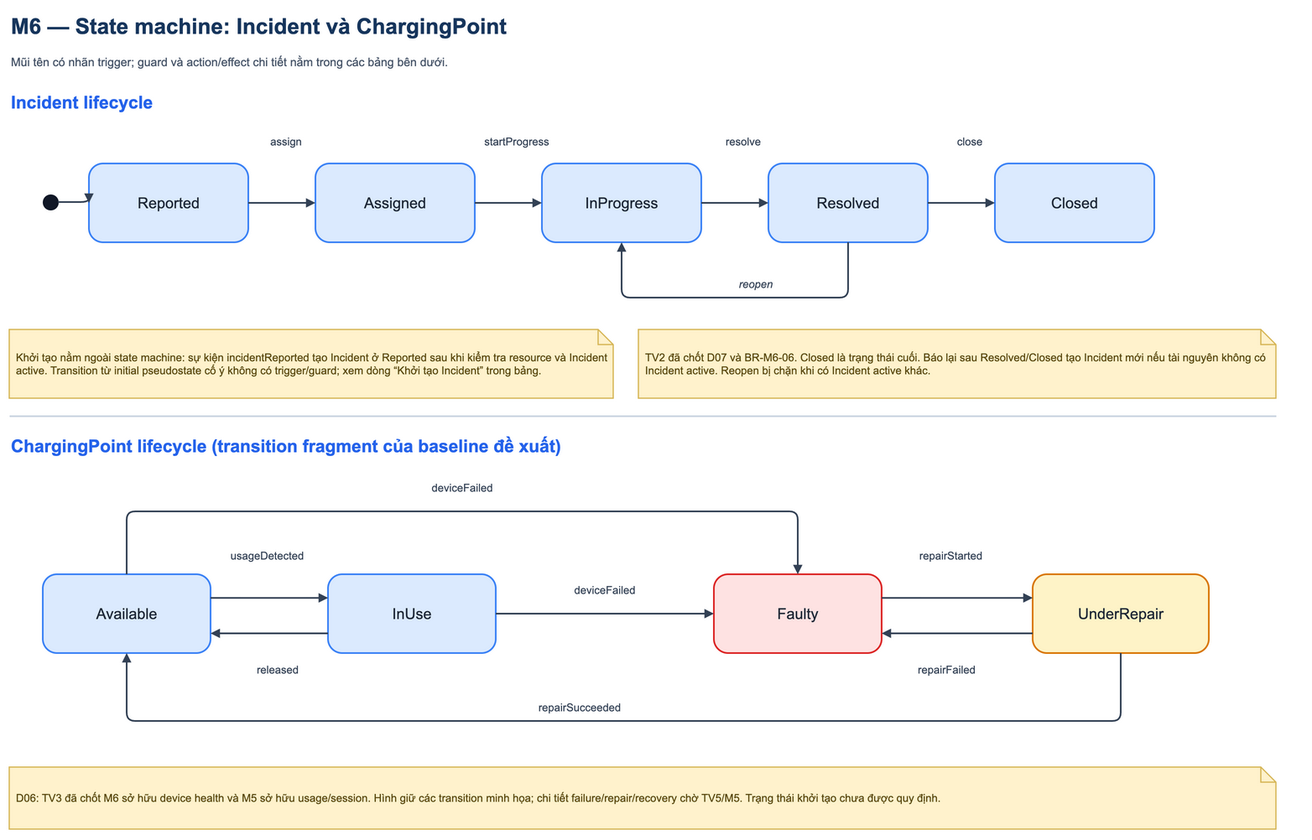
Above: docs/figures/m6_state_machines.drawio.png in Jennie3306/smart-emobility-hub (draw.io), before the change. Source tidied: cells renumbered, new cells last; positions are measured from the earlier drawing's top-left corner, leaving out a move shared by most shapes.
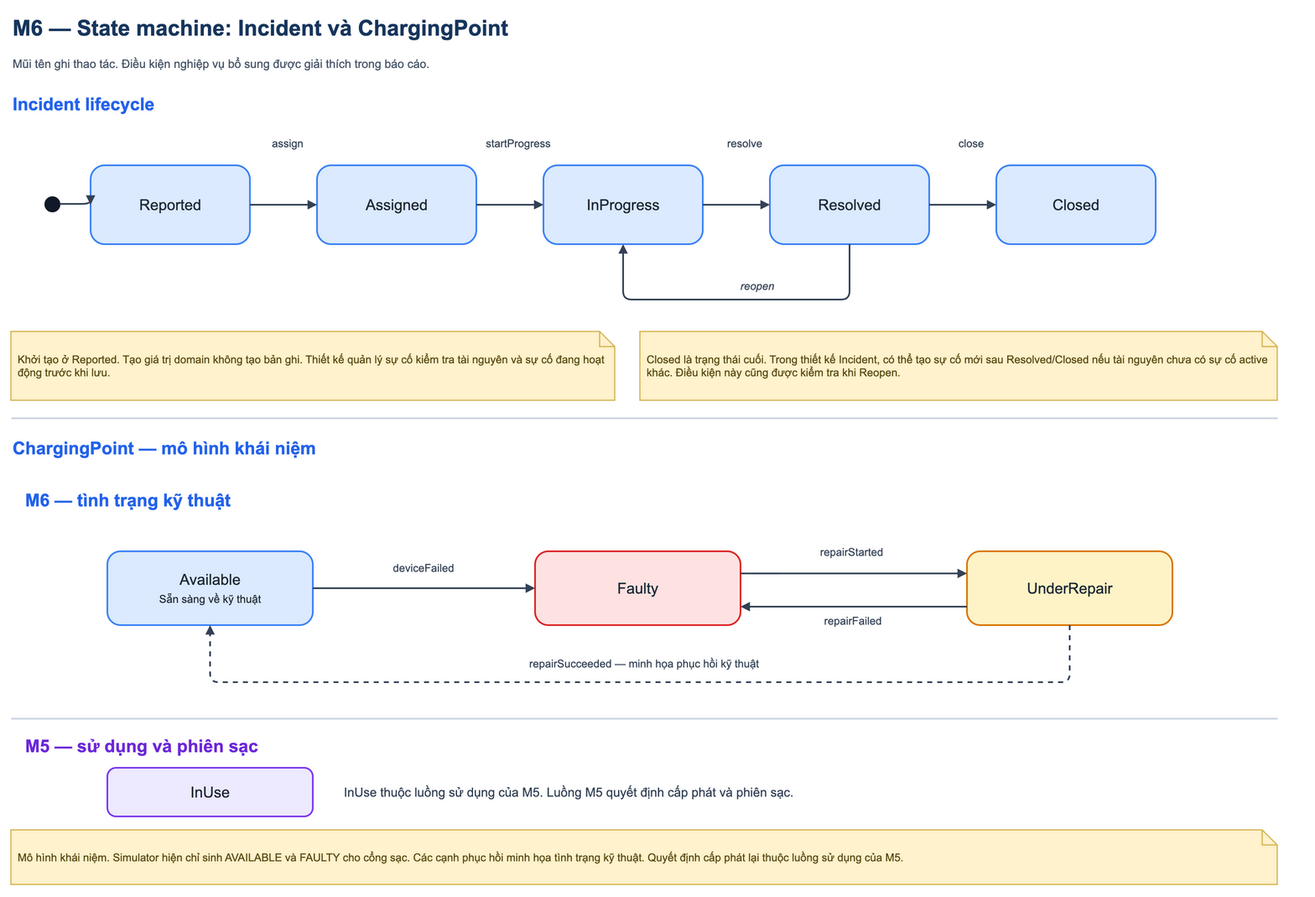
The same file after the commit.

Diff of the diagram source:
```diff
@@ -5,7 +5,7 @@
     <mxCell id="2" value="M6 — State machine: Incident và ChargingPoint" style="text;html=1;whiteSpace=wrap;strokeColor=none;fillColor=none;fontFamily=Arial;align=left;verticalAlign=middle;fontSize=26;fontStyle=1;fontColor=#17365d;" parent="1" vertex="1">
       <mxGeometry width="1540" height="42" as="geometry" />
     </mxCell>
-    <mxCell id="3" value="Mũi tên có nhãn trigger; guard và action/effect chi tiết nằm trong các bảng bên dưới." style="text;html=1;whiteSpace=wrap;strokeColor=none;fillColor=none;fontFamily=Arial;align=left;verticalAlign=middle;fontSize=14;fontColor=#475569;" parent="1" vertex="1">
+    <mxCell id="3" value="Mũi tên ghi thao tác. Điều kiện nghiệp vụ bổ sung được giải thích trong báo cáo." style="text;html=1;whiteSpace=wrap;strokeColor=none;fillColor=none;fontFamily=Arial;align=left;verticalAlign=middle;fontSize=14;fontColor=#475569;" parent="1" vertex="1">
       <mxGeometry y="49" width="1540" height="30" as="geometry" />
     </mxCell>
     <mxCell id="4" value="Incident lifecycle" style="text;html=1;whiteSpace=wrap;strokeColor=none;fillColor=none;fontFamily=Arial;align=left;verticalAlign=middle;fontSize=21;fontStyle=1;fontColor=#2563eb;" parent="1" vertex="1">
@@ -67,84 +67,73 @@
     <mxCell id="21" value="reopen" style="text;html=1;whiteSpace=wrap;strokeColor=none;fillColor=none;fontFamily=Arial;align=center;verticalAlign=middle;fontSize=13;fontColor=#334155;fontStyle=2;" parent="1" vertex="1">
       <mxGeometry x="840" y="315" width="100" height="28" as="geometry" />
     </mxCell>
-    <mxCell id="22" value="Khởi tạo nằm ngoài state machine: sự kiện incidentReported tạo Incident ở Reported sau khi kiểm tra resource và Incident active. Transition từ initial pseudostate cố ý không có trigger/guard; xem dòng “Khởi tạo Incident” trong bảng." style="shape=note;size=18;whiteSpace=wrap;html=1;verticalAlign=middle;align=left;fontFamily=Arial;fontSize=13;spacing=8;fillColor=#fff2cc;strokeColor=#d6b656;strokeWidth=1.5;fontColor=#5b4b12;" parent="1" vertex="1">
+    <mxCell id="22" value="Khởi tạo ở Reported. Tạo giá trị domain không tạo bản ghi. Thiết kế quản lý sự cố kiểm tra tài nguyên và sự cố đang hoạt động trước khi lưu." style="shape=note;size=18;whiteSpace=wrap;html=1;verticalAlign=middle;align=left;fontFamily=Arial;fontSize=13;spacing=8;fillColor=#fff2cc;strokeColor=#d6b656;strokeWidth=1.5;fontColor=#5b4b12;" parent="1" vertex="1">
       <mxGeometry y="383" width="720" height="82" as="geometry" />
     </mxCell>
-    <mxCell id="23" value="TV2 đã chốt D07 và BR-M6-06. Closed là trạng thái cuối. Báo lại sau Resolved/Closed tạo Incident mới nếu tài nguyên không có Incident active. Reopen bị chặn khi có Incident active khác." style="shape=note;size=18;whiteSpace=wrap;html=1;verticalAlign=middle;align=left;fontFamily=Arial;fontSize=13;spacing=8;fillColor=#fff2cc;strokeColor=#d6b656;strokeWidth=1.5;fontColor=#5b4b12;" parent="1" vertex="1">
+    <mxCell id="23" value="Closed là trạng thái cuối. Trong thiết kế Incident, có thể tạo sự cố mới sau Resolved/Closed nếu tài nguyên chưa có sự cố active khác. Điều kiện này cũng được kiểm tra khi Reopen." style="shape=note;size=18;whiteSpace=wrap;html=1;verticalAlign=middle;align=left;fontFamily=Arial;fontSize=13;spacing=8;fillColor=#fff2cc;strokeColor=#d6b656;strokeWidth=1.5;fontColor=#5b4b12;" parent="1" vertex="1">
       <mxGeometry x="750" y="383" width="760" height="82" as="geometry" />
     </mxCell>
     <mxCell id="24" style="shape=rectangle;fillColor=#cbd5e1;strokeColor=none;" parent="1" vertex="1">
       <mxGeometry y="485" width="1510" height="2" as="geometry" />
     </mxCell>
-    <mxCell id="25" value="ChargingPoint lifecycle (transition fragment của baseline đề xuất)" style="text;html=1;whiteSpace=wrap;strokeColor=none;fillColor=none;fontFamily=Arial;align=left;verticalAlign=middle;fontSize=21;fontStyle=1;fontColor=#2563eb;" parent="1" vertex="1">
+    <mxCell id="25" value="ChargingPoint — mô hình khái niệm" style="text;html=1;whiteSpace=wrap;strokeColor=none;fillColor=none;fontFamily=Arial;align=left;verticalAlign=middle;fontSize=21;fontStyle=1;fontColor=#2563eb;" parent="1" vertex="1">
       <mxGeometry y="505" width="1540" height="34" as="geometry" />
     </mxCell>
-    <mxCell id="26" value="Available" style="rounded=1;arcSize=18;whiteSpace=wrap;html=1;align=center;verticalAlign=middle;fontFamily=Arial;fontSize=18;fontColor=#1f2937;fillColor=#dbeafe;strokeColor=#3b82f6;strokeWidth=2;" parent="1" vertex="1">
-      <mxGeometry x="40" y="675" width="200" height="94" as="geometry" />
+    <mxCell id="26" value="Available&lt;br&gt;&lt;span style=&quot;font-size:13px&quot;&gt;Sẵn sàng về kỹ thuật&lt;/span&gt;" style="rounded=1;arcSize=18;whiteSpace=wrap;html=1;align=center;verticalAlign=middle;fontFamily=Arial;fontSize=18;fontColor=#1f2937;fillColor=#dbeafe;strokeColor=#3b82f6;strokeWidth=2;" parent="1" vertex="1">
+      <mxGeometry x="115" y="645" width="245" height="88" as="geometry" />
     </mxCell>
-    <mxCell id="27" value="InUse" style="rounded=1;arcSize=18;whiteSpace=wrap;html=1;align=center;verticalAlign=middle;fontFamily=Arial;fontSize=18;fontColor=#1f2937;fillColor=#dbeafe;strokeColor=#3b82f6;strokeWidth=2;" parent="1" vertex="1">
-      <mxGeometry x="380" y="675" width="200" height="94" as="geometry" />
+    <mxCell id="27" value="InUse" style="rounded=1;arcSize=18;whiteSpace=wrap;html=1;align=center;verticalAlign=middle;fontFamily=Arial;fontSize=18;fontColor=#1f2937;fillColor=#ede9fe;strokeColor=#7c3aed;strokeWidth=2;" parent="1" vertex="1">
+      <mxGeometry x="115" y="903" width="245" height="58" as="geometry" />
     </mxCell>
     <mxCell id="28" value="Faulty" style="rounded=1;arcSize=18;whiteSpace=wrap;html=1;align=center;verticalAlign=middle;fontFamily=Arial;fontSize=18;fontColor=#1f2937;fillColor=#fee2e2;strokeColor=#dc2626;strokeWidth=2;" parent="1" vertex="1">
-      <mxGeometry x="840" y="675" width="200" height="94" as="geometry" />
+      <mxGeometry x="625" y="645" width="245" height="88" as="geometry" />
     </mxCell>
     <mxCell id="29" value="UnderRepair" style="rounded=1;arcSize=18;whiteSpace=wrap;html=1;align=center;verticalAlign=middle;fontFamily=Arial;fontSize=18;fontColor=#1f2937;fillColor=#fef3c7;strokeColor=#d97706;strokeWidth=2;" parent="1" vertex="1">
-      <mxGeometry x="1220" y="675" width="210" height="94" as="geometry" />
+      <mxGeometry x="1140" y="645" width="245" height="88" as="geometry" />
     </mxCell>
-    <mxCell id="30" style="edgeStyle=orthogonalEdgeStyle;jettySize=auto;rounded=1;html=1;endArrow=block;endFill=1;strokeColor=#334155;strokeWidth=2;exitX=1;exitY=0.3;entryX=0;entryY=0.3;" parent="1" edge="1" source="26" target="27">
-      <mxGeometry relative="1" as="geometry" />
-    </mxCell>
-    <mxCell id="31" style="edgeStyle=orthogonalEdgeStyle;jettySize=auto;rounded=1;html=1;endArrow=block;endFill=1;strokeColor=#334155;strokeWidth=2;exitX=0;exitY=0.75;entryX=1;entryY=0.75;" parent="1" edge="1" source="27" target="26">
-      <mxGeometry relative="1" as="geometry" />
-    </mxCell>
-    <mxCell id="32" style="edgeStyle=orthogonalEdgeStyle;jettySize=auto;rounded=1;html=1;endArrow=block;endFill=1;strokeColor=#334155;strokeWidth=2;exitX=0.5;exitY=0;entryX=0.5;entryY=0;" parent="1" edge="1" source="26" target="28">
-      <mxGeometry relative="1" as="geometry">
-        <Array as="points">
-          <mxPoint x="140" y="600" />
-          <mxPoint x="940" y="600" />
-        </Array>
-      </mxGeometry>
+    <mxCell id="32" style="edgeStyle=orthogonalEdgeStyle;jettySize=auto;rounded=1;html=1;endArrow=block;endFill=1;strokeColor=#334155;strokeWidth=2;exitX=1;exitY=0.5;entryX=0;entryY=0.5;" parent="1" edge="1" source="26" target="28">
+      <mxGeometry relative="1" as="geometry" />
     </mxCell>
-    <mxCell id="33" style="edgeStyle=orthogonalEdgeStyle;jettySize=auto;rounded=1;html=1;endArrow=block;endFill=1;strokeColor=#334155;strokeWidth=2;exitX=1;exitY=0.5;entryX=0;entryY=0.5;" parent="1" edge="1" source="27" target="28">
-      <mxGeometry relative="1" as="geometry" />
-    </mxCell>
     <mxCell id="34" style="edgeStyle=orthogonalEdgeStyle;jettySize=auto;rounded=1;html=1;endArrow=block;endFill=1;strokeColor=#334155;strokeWidth=2;exitX=1;exitY=0.3;entryX=0;entryY=0.3;" parent="1" edge="1" source="28" target="29">
       <mxGeometry relative="1" as="geometry" />
     </mxCell>
     <mxCell id="35" style="edgeStyle=orthogonalEdgeStyle;jettySize=auto;rounded=1;html=1;endArrow=block;endFill=1;strokeColor=#334155;strokeWidth=2;exitX=0;exitY=0.75;entryX=1;entryY=0.75;" parent="1" edge="1" source="29" target="28">
       <mxGeometry relative="1" as="geometry" />
     </mxCell>
-    <mxCell id="36" style="edgeStyle=orthogonalEdgeStyle;jettySize=auto;rounded=1;html=1;endArrow=block;endFill=1;strokeColor=#334155;strokeWidth=2;exitX=0.5;exitY=1;entryX=0.5;entryY=1;" parent="1" edge="1" source="29" target="26">
+    <mxCell id="36" style="edgeStyle=orthogonalEdgeStyle;jettySize=auto;rounded=1;html=1;endArrow=block;endFill=1;strokeColor=#334155;strokeWidth=2;exitX=0.5;exitY=1;entryX=0.5;entryY=1;dashed=1;" parent="1" edge="1" source="29" target="26">
       <mxGeometry relative="1" as="geometry">
         <Array as="points">
-          <mxPoint x="1325" y="850" />
-          <mxPoint x="140" y="850" />
+          <mxPoint x="1262.5" y="801" />
+          <mxPoint x="237.5" y="801" />
         </Array>
       </mxGeometry>
     </mxCell>
     <mxCell id="37" value="deviceFailed" style="text;html=1;whiteSpace=wrap;strokeColor=none;fillColor=none;fontFamily=Arial;align=center;verticalAlign=middle;fontSize=13;fontColor=#334155;" parent="1" vertex="1">
-      <mxGeometry x="465" y="557" width="150" height="30" as="geometry" />
+      <mxGeometry x="412" y="650" width="160" height="30" as="geometry" />
     </mxCell>
-    <mxCell id="38" value="usageDetected" style="text;html=1;whiteSpace=wrap;strokeColor=none;fillColor=none;fontFamily=Arial;align=center;verticalAlign=middle;fontSize=13;fontColor=#334155;" parent="1" vertex="1">
-      <mxGeometry x="235" y="639" width="145" height="28" as="geometry" />
-    </mxCell>
-    <mxCell id="39" value="released" style="text;html=1;whiteSpace=wrap;strokeColor=none;fillColor=none;fontFamily=Arial;align=center;verticalAlign=middle;fontSize=13;fontColor=#334155;" parent="1" vertex="1">
-      <mxGeometry x="270" y="775" width="100" height="28" as="geometry" />
-    </mxCell>
-    <mxCell id="40" value="deviceFailed" style="text;html=1;whiteSpace=wrap;strokeColor=none;fillColor=none;fontFamily=Arial;align=center;verticalAlign=middle;fontSize=13;fontColor=#334155;" parent="1" vertex="1">
-      <mxGeometry x="635" y="680" width="150" height="28" as="geometry" />
-    </mxCell>
     <mxCell id="41" value="repairStarted" style="text;html=1;whiteSpace=wrap;strokeColor=none;fillColor=none;fontFamily=Arial;align=center;verticalAlign=middle;fontSize=13;fontColor=#334155;" parent="1" vertex="1">
-      <mxGeometry x="1050" y="639" width="145" height="28" as="geometry" />
+      <mxGeometry x="910" y="632" width="185" height="28" as="geometry" />
     </mxCell>
     <mxCell id="42" value="repairFailed" style="text;html=1;whiteSpace=wrap;strokeColor=none;fillColor=none;fontFamily=Arial;align=center;verticalAlign=middle;fontSize=13;fontColor=#334155;" parent="1" vertex="1">
-      <mxGeometry x="1045" y="775" width="145" height="28" as="geometry" />
+      <mxGeometry x="914" y="714" width="180" height="28" as="geometry" />
     </mxCell>
-    <mxCell id="43" value="repairSucceeded" style="text;html=1;whiteSpace=wrap;strokeColor=none;fillColor=none;fontFamily=Arial;align=center;verticalAlign=middle;fontSize=13;fontColor=#334155;" parent="1" vertex="1">
-      <mxGeometry x="595" y="820" width="170" height="28" as="geometry" />
+    <mxCell id="43" value="repairSucceeded — minh họa phục hồi kỹ thuật" style="text;html=1;whiteSpace=wrap;strokeColor=none;fillColor=none;fontFamily=Arial;align=center;verticalAlign=middle;fontSize=13;fontColor=#334155;" parent="1" vertex="1">
+      <mxGeometry x="485" y="765" width="540" height="27" as="geometry" />
     </mxCell>
-    <mxCell id="44" value="D06: TV3 đã chốt M6 sở hữu device health và M5 sở hữu usage/session. Hình giữ các transition minh họa; chi tiết failure/repair/recovery chờ TV5/M5. Trạng thái khởi tạo chưa được quy định." style="shape=note;size=18;whiteSpace=wrap;html=1;verticalAlign=middle;align=left;fontFamily=Arial;fontSize=13;spacing=8;fillColor=#fff2cc;strokeColor=#d6b656;strokeWidth=1.5;fontColor=#5b4b12;" parent="1" vertex="1">
-      <mxGeometry y="905" width="1510" height="74" as="geometry" />
+    <mxCell id="44" value="Mô hình khái niệm. Simulator hiện chỉ sinh AVAILABLE và FAULTY cho cổng sạc. Các cạnh phục hồi minh họa tình trạng kỹ thuật. Quyết định cấp phát lại thuộc luồng sử dụng của M5." style="shape=note;size=18;whiteSpace=wrap;html=1;verticalAlign=middle;align=left;fontFamily=Arial;fontSize=13;spacing=8;fillColor=#fff2cc;strokeColor=#d6b656;strokeWidth=1.5;fontColor=#5b4b12;" parent="1" vertex="1">
+      <mxGeometry y="977" width="1510" height="65" as="geometry" />
     </mxCell>
+    <mxCell id="45" value="M6 — tình trạng kỹ thuật" style="text;html=1;whiteSpace=wrap;strokeColor=none;fillColor=none;fontFamily=Arial;align=left;verticalAlign=middle;fontSize=21;fontStyle=1;fontColor=#2563eb;" parent="1" vertex="1">
+      <mxGeometry x="15" y="568" width="1400" height="32" as="geometry" />
+    </mxCell>
+    <mxCell id="46" style="shape=rectangle;fillColor=#cbd5e1;strokeColor=none;" parent="1" vertex="1">
+      <mxGeometry y="843" width="1510" height="2" as="geometry" />
+    </mxCell>
+    <mxCell id="47" value="M5 — sử dụng và phiên sạc" style="text;html=1;whiteSpace=wrap;strokeColor=none;fillColor=none;fontFamily=Arial;align=left;verticalAlign=middle;fontSize=21;fontStyle=1;fontColor=#6d28d9;" parent="1" vertex="1">
+      <mxGeometry x="15" y="861" width="1420" height="32" as="geometry" />
+    </mxCell>
+    <mxCell id="48" value="InUse thuộc luồng sử dụng của M5. Luồng M5 quyết định cấp phát và phiên sạc." style="text;html=1;whiteSpace=wrap;strokeColor=none;fillColor=none;fontFamily=Arial;align=left;verticalAlign=middle;fontSize=15;fontColor=#334155;" parent="1" vertex="1">
+      <mxGeometry x="395" y="903" width="1010" height="58" as="geometry" />
+    </mxCell>
   </root>
 </mxGraphModel>
```
